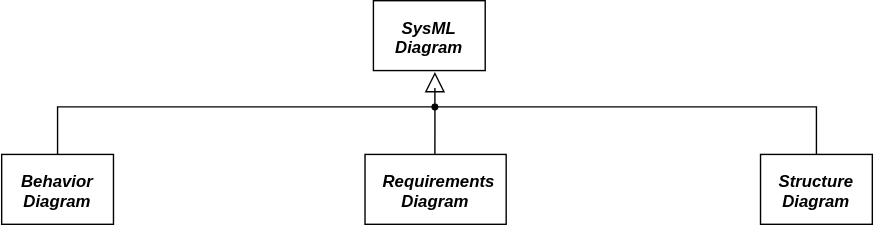
Above: Views/SysML_Diagrams.svg in JeffreyWerth/AWS-Architecture-Model-Repository (draw.io), before the change. Source tidied: cells renumbered, new cells last; positions are measured from the earlier drawing's top-left corner, leaving out a move shared by most shapes. The source it was exported from:
```xml
<mxGraphModel>
  <root>
    <mxCell id="0" />
    <mxCell id="1" parent="0" />
    <mxCell id="2" value="&lt;p style=&quot;margin: 13px&quot;&gt;&lt;b&gt;&lt;i&gt;SysML Diagram&lt;/i&gt;&lt;/b&gt;&lt;/p&gt;" style="shape=rect;html=1;overflow=fill;whiteSpace=wrap;align=center;" parent="1" vertex="1">
      <mxGeometry x="266" width="80" height="50" as="geometry" />
    </mxCell>
    <mxCell id="3" value="&lt;p style=&quot;margin: 13px&quot;&gt;&lt;b&gt;&lt;i&gt;Behavior Diagram&lt;/i&gt;&lt;/b&gt;&lt;/p&gt;" style="shape=rect;html=1;overflow=fill;whiteSpace=wrap;align=center;" parent="1" vertex="1">
      <mxGeometry y="110" width="80" height="50" as="geometry" />
    </mxCell>
    <mxCell id="4" value="&lt;p style=&quot;margin: 13px&quot;&gt;&lt;b&gt;&lt;i&gt;Requirements Diagram&lt;/i&gt;&lt;/b&gt;&lt;/p&gt;" style="shape=rect;html=1;overflow=fill;whiteSpace=wrap;align=center;" parent="1" vertex="1">
      <mxGeometry x="260" y="110" width="101" height="50" as="geometry" />
    </mxCell>
    <mxCell id="5" value="&lt;p style=&quot;margin: 13px&quot;&gt;&lt;b&gt;&lt;i&gt;Structure Diagram&lt;/i&gt;&lt;/b&gt;&lt;/p&gt;" style="shape=rect;html=1;overflow=fill;whiteSpace=wrap;align=center;" parent="1" vertex="1">
      <mxGeometry x="543" y="110" width="80" height="50" as="geometry" />
    </mxCell>
    <mxCell id="6" style="verticalAlign=bottom;html=1;ellipse;fillColor=#000000;strokeColor=#000000;" parent="1" vertex="1">
      <mxGeometry x="308" y="74" width="4" height="4" as="geometry" />
    </mxCell>
    <mxCell id="7" style="edgeStyle=elbowEdgeStyle;html=1;endSize=12;endArrow=block;endFill=0;elbow=horizontal;rounded=0;" parent="1" edge="1" source="6">
      <mxGeometry x="1" relative="1" as="geometry">
        <mxPoint x="310" y="51" as="targetPoint" />
      </mxGeometry>
    </mxCell>
    <mxCell id="8" style="edgeStyle=elbowEdgeStyle;html=1;elbow=vertical;verticalAlign=bottom;endArrow=none;rounded=0;entryX=0.5;entryY=0;entryDx=0;entryDy=0;" parent="1" edge="1" source="6" target="5">
      <mxGeometry x="1" relative="1" as="geometry">
        <Array as="points">
          <mxPoint x="460" y="76" />
        </Array>
      </mxGeometry>
    </mxCell>
    <mxCell id="9" style="edgeStyle=elbowEdgeStyle;html=1;elbow=vertical;verticalAlign=bottom;endArrow=none;rounded=0;entryX=0.5;entryY=0;entryDx=0;entryDy=0;" parent="1" edge="1" source="6" target="3">
      <mxGeometry x="1" relative="1" as="geometry">
        <Array as="points">
          <mxPoint x="190" y="76" />
        </Array>
      </mxGeometry>
    </mxCell>
    <mxCell id="10" style="edgeStyle=elbowEdgeStyle;html=1;elbow=vertical;verticalAlign=bottom;endArrow=none;rounded=0;entryX=0.495;entryY=0.003;entryDx=0;entryDy=0;exitX=0.505;exitY=0.801;exitDx=0;exitDy=0;exitPerimeter=0;entryPerimeter=0;" parent="1" edge="1" source="6" target="4">
      <mxGeometry x="1" relative="1" as="geometry">
        <Array as="points">
          <mxPoint x="330" y="90" />
        </Array>
      </mxGeometry>
    </mxCell>
  </root>
</mxGraphModel>
```
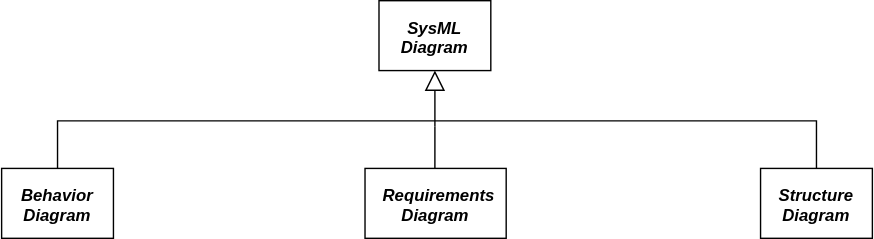
After the change.

Commit message:
Corrected Export of SysML_Diagrams

What changed in the source:
```diff
@@ -3,7 +3,7 @@
     <mxCell id="0" />
     <mxCell id="1" parent="0" />
     <mxCell id="2" value="&lt;p style=&quot;margin: 13px&quot;&gt;&lt;b&gt;&lt;i&gt;SysML Diagram&lt;/i&gt;&lt;/b&gt;&lt;/p&gt;" style="shape=rect;html=1;overflow=fill;whiteSpace=wrap;align=center;" parent="1" vertex="1">
-      <mxGeometry x="266" width="80" height="50" as="geometry" />
+      <mxGeometry x="270" y="-10" width="80" height="50" as="geometry" />
     </mxCell>
     <mxCell id="3" value="&lt;p style=&quot;margin: 13px&quot;&gt;&lt;b&gt;&lt;i&gt;Behavior Diagram&lt;/i&gt;&lt;/b&gt;&lt;/p&gt;" style="shape=rect;html=1;overflow=fill;whiteSpace=wrap;align=center;" parent="1" vertex="1">
       <mxGeometry y="110" width="80" height="50" as="geometry" />
@@ -14,30 +14,31 @@
     <mxCell id="5" value="&lt;p style=&quot;margin: 13px&quot;&gt;&lt;b&gt;&lt;i&gt;Structure Diagram&lt;/i&gt;&lt;/b&gt;&lt;/p&gt;" style="shape=rect;html=1;overflow=fill;whiteSpace=wrap;align=center;" parent="1" vertex="1">
       <mxGeometry x="543" y="110" width="80" height="50" as="geometry" />
     </mxCell>
-    <mxCell id="6" style="verticalAlign=bottom;html=1;ellipse;fillColor=#000000;strokeColor=#000000;" parent="1" vertex="1">
-      <mxGeometry x="308" y="74" width="4" height="4" as="geometry" />
-    </mxCell>
-    <mxCell id="7" style="edgeStyle=elbowEdgeStyle;html=1;endSize=12;endArrow=block;endFill=0;elbow=horizontal;rounded=0;" parent="1" edge="1" source="6">
+    <mxCell id="7" style="edgeStyle=elbowEdgeStyle;html=1;endSize=12;endArrow=block;endFill=0;elbow=horizontal;rounded=0;" parent="1" edge="1">
       <mxGeometry x="1" relative="1" as="geometry">
-        <mxPoint x="310" y="51" as="targetPoint" />
+        <mxPoint x="310" y="80" as="sourcePoint" />
+        <mxPoint x="310" y="40" as="targetPoint" />
       </mxGeometry>
     </mxCell>
-    <mxCell id="8" style="edgeStyle=elbowEdgeStyle;html=1;elbow=vertical;verticalAlign=bottom;endArrow=none;rounded=0;entryX=0.5;entryY=0;entryDx=0;entryDy=0;" parent="1" edge="1" source="6" target="5">
+    <mxCell id="8" style="edgeStyle=elbowEdgeStyle;html=1;elbow=vertical;verticalAlign=bottom;endArrow=none;rounded=0;entryX=0.5;entryY=0;entryDx=0;entryDy=0;" parent="1" edge="1" target="5">
       <mxGeometry x="1" relative="1" as="geometry">
+        <mxPoint x="310" y="76" as="sourcePoint" />
         <Array as="points">
           <mxPoint x="460" y="76" />
         </Array>
       </mxGeometry>
     </mxCell>
-    <mxCell id="9" style="edgeStyle=elbowEdgeStyle;html=1;elbow=vertical;verticalAlign=bottom;endArrow=none;rounded=0;entryX=0.5;entryY=0;entryDx=0;entryDy=0;" parent="1" edge="1" source="6" target="3">
+    <mxCell id="9" style="edgeStyle=elbowEdgeStyle;html=1;elbow=vertical;verticalAlign=bottom;endArrow=none;rounded=0;entryX=0.5;entryY=0;entryDx=0;entryDy=0;" parent="1" edge="1" target="3">
       <mxGeometry x="1" relative="1" as="geometry">
+        <mxPoint x="310" y="76" as="sourcePoint" />
         <Array as="points">
           <mxPoint x="190" y="76" />
         </Array>
       </mxGeometry>
     </mxCell>
-    <mxCell id="10" style="edgeStyle=elbowEdgeStyle;html=1;elbow=vertical;verticalAlign=bottom;endArrow=none;rounded=0;entryX=0.495;entryY=0.003;entryDx=0;entryDy=0;exitX=0.505;exitY=0.801;exitDx=0;exitDy=0;exitPerimeter=0;entryPerimeter=0;" parent="1" edge="1" source="6" target="4">
+    <mxCell id="10" style="edgeStyle=elbowEdgeStyle;html=1;elbow=vertical;verticalAlign=bottom;endArrow=none;rounded=0;entryX=0.495;entryY=0.003;entryDx=0;entryDy=0;entryPerimeter=0;" parent="1" edge="1" target="4">
       <mxGeometry x="1" relative="1" as="geometry">
+        <mxPoint x="310" y="80" as="sourcePoint" />
         <Array as="points">
           <mxPoint x="330" y="90" />
         </Array>
```
